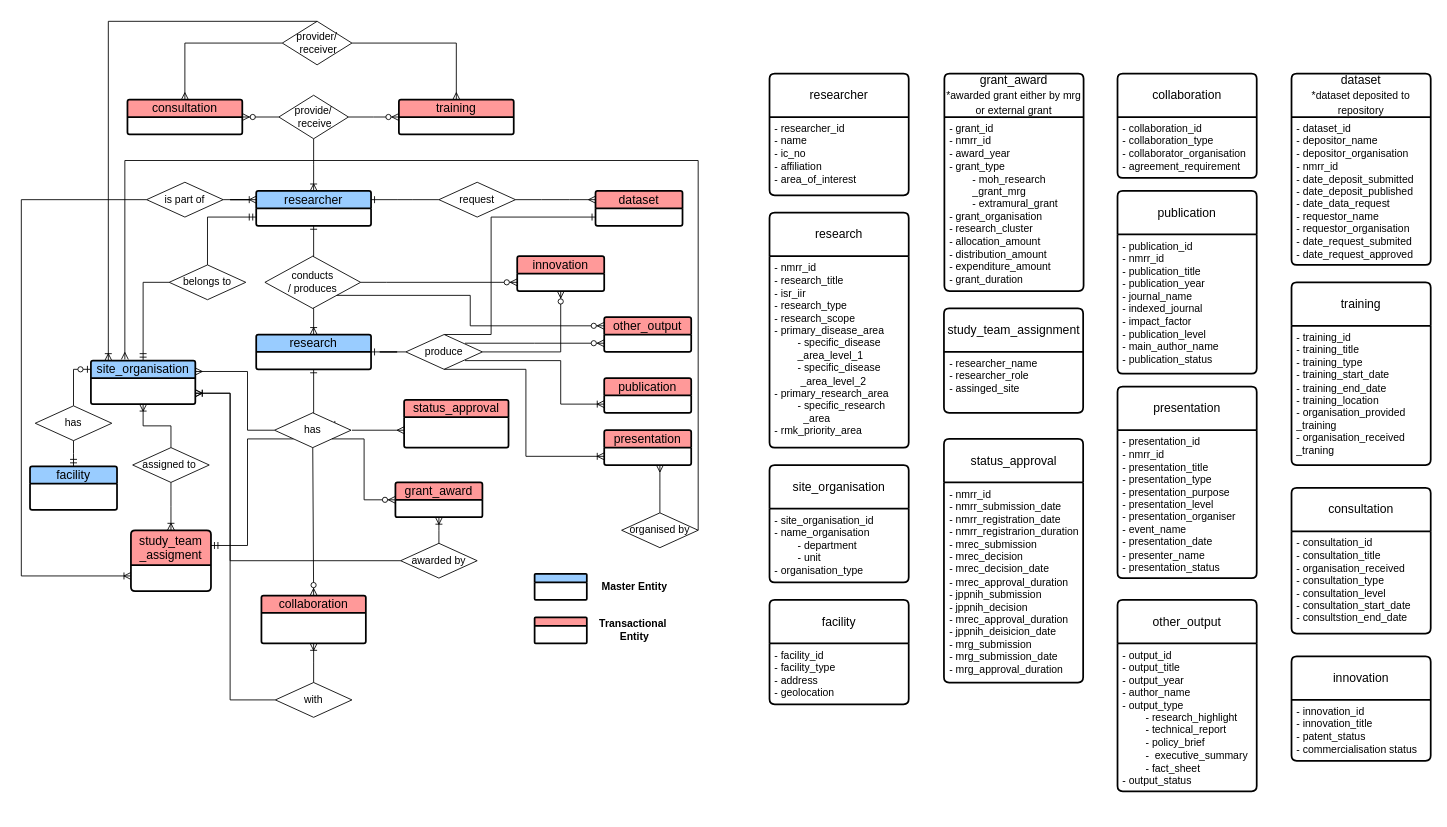
This is prism_conceptual_diagram _details.drawio from rafsyahmi/prism_data_concepts, a draw.io file, before an edit. Source tidied: cells renumbered, new cells numbered last; positions are measured from the earlier drawing's top-left corner, leaving out a move shared by most shapes. Both pictures are drawn from the tidied source at 87%, with x=0, y=0 at pixel (21, 21).
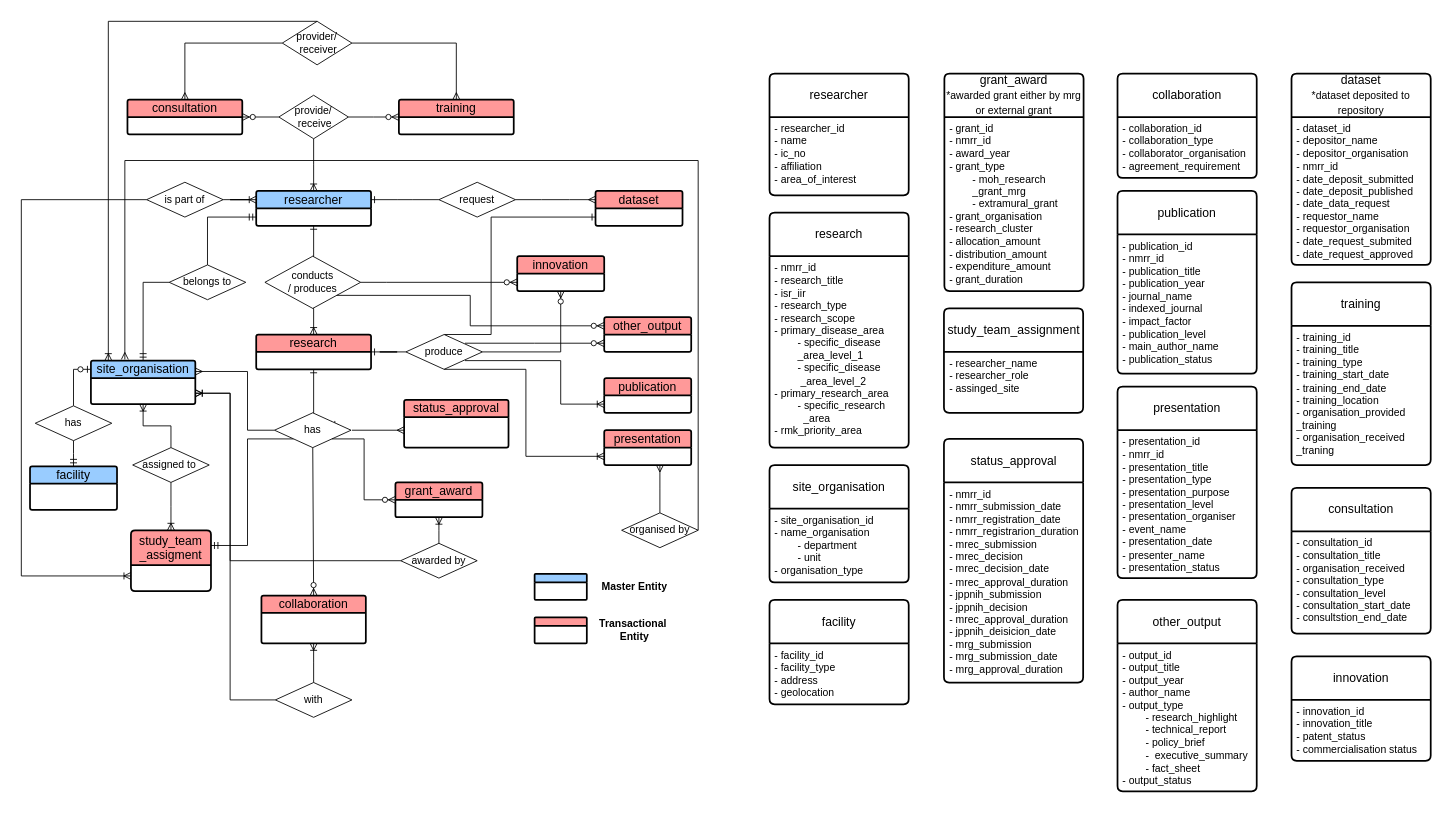
The same page after the edit.

Commit message:
research = transaction

Change to the diagram source:
```diff
@@
-    <mxCell id="2" value="research" style="swimlane;horizontal=1;startSize=20;rounded=1;fontSize=14;fontStyle=0;strokeWidth=2;shadow=0;dashed=0;align=center;arcSize=4;whiteSpace=wrap;html=1;fillColor=#99CCFF;" parent="1" vertex="1">
+    <mxCell id="2" value="research" style="swimlane;horizontal=1;startSize=20;rounded=1;fontSize=14;fontStyle=0;strokeWidth=2;shadow=0;dashed=0;align=center;arcSize=4;whiteSpace=wrap;html=1;fillColor=#FF9999;" parent="1" vertex="1">
       <mxGeometry x="270" y="360" width="132" height="40" as="geometry" />
     </mxCell>
```
